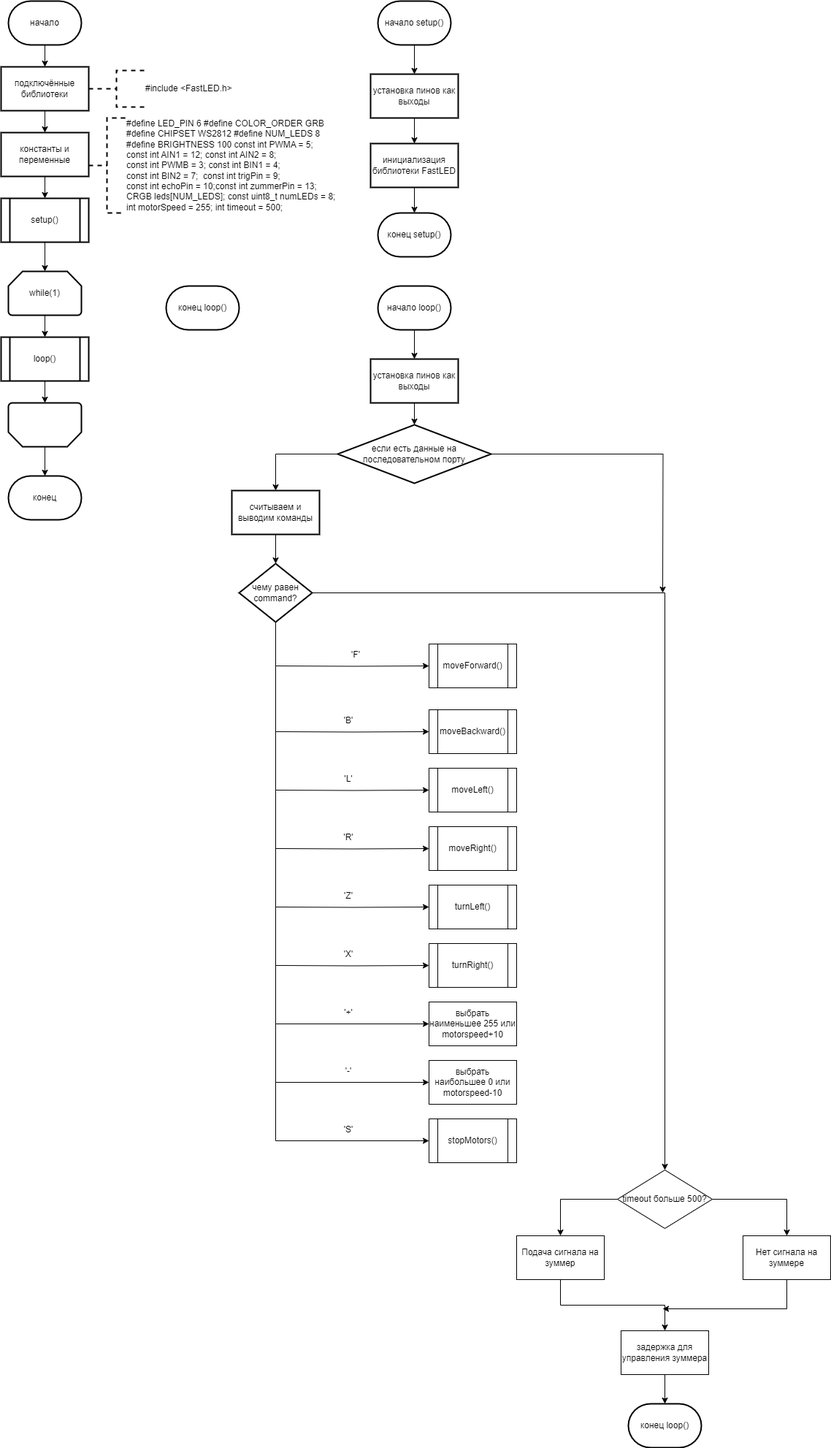
Before: Sem_2/shemaprogram.drawio.png, a diagram exported from draw.io (ksinph/PSTU_LABS_2023). Source tidied: cells renumbered, new cells last; positions are measured from the earlier drawing's top-left corner, leaving out a move shared by most shapes.
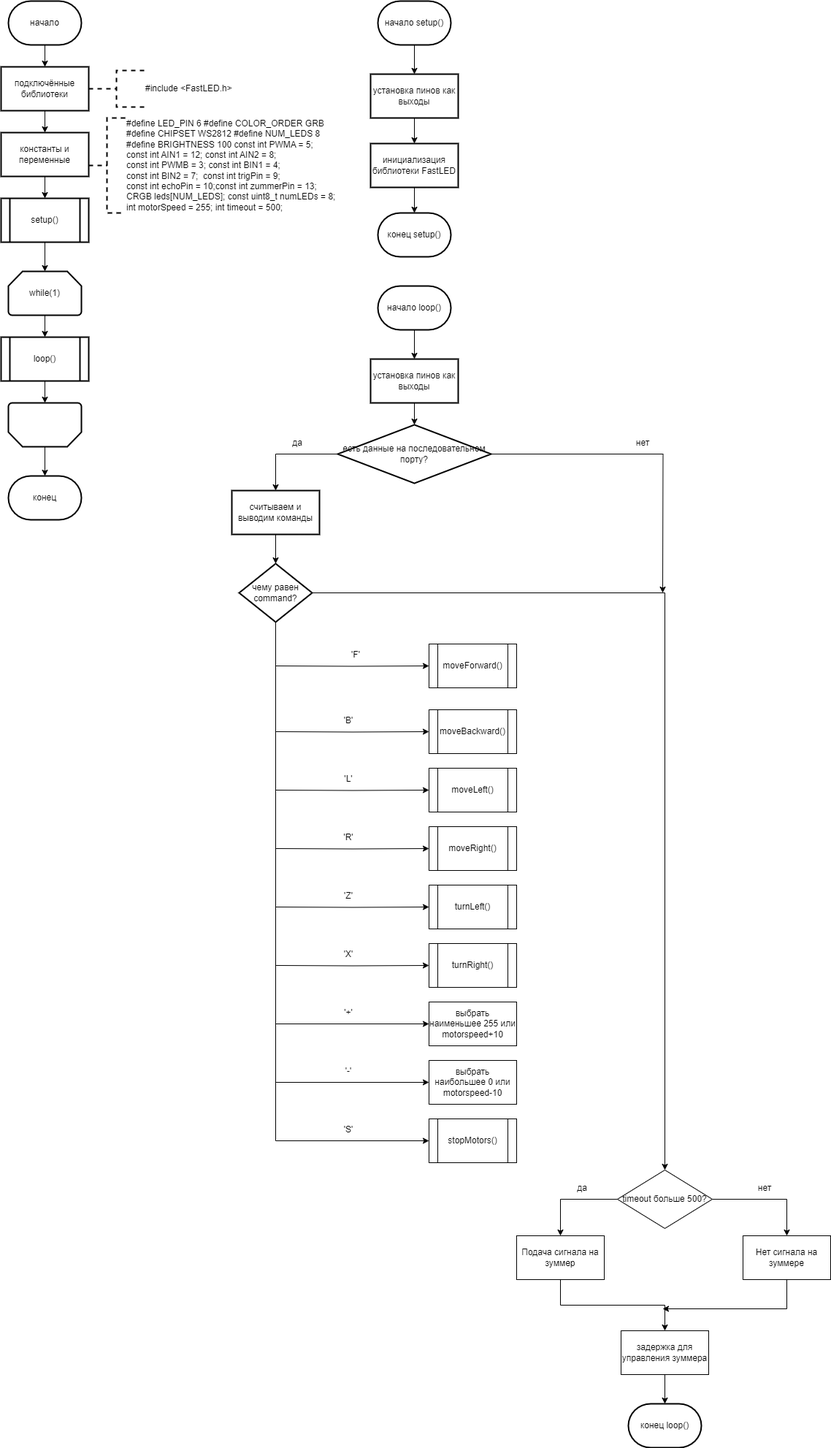
The same file after the commit.

The edit, as a diff of the source:
```diff
@@ -80,9 +80,6 @@
     <mxCell id="27" value="начало loop()" style="strokeWidth=2;html=1;shape=mxgraph.flowchart.terminator;whiteSpace=wrap;" parent="1" vertex="1">
       <mxGeometry x="516" y="390" width="100" height="60" as="geometry" />
     </mxCell>
-    <mxCell id="28" value="конец loop()" style="strokeWidth=2;html=1;shape=mxgraph.flowchart.terminator;whiteSpace=wrap;" parent="1" vertex="1">
-      <mxGeometry x="226" y="390" width="100" height="60" as="geometry" />
-    </mxCell>
     <mxCell id="29" style="edgeStyle=orthogonalEdgeStyle;rounded=0;jettySize=auto;html=1;" parent="1" edge="1" source="30" target="33">
       <mxGeometry relative="1" as="geometry" />
     </mxCell>
@@ -97,7 +94,7 @@
         <mxPoint x="906" y="810" as="targetPoint" />
       </mxGeometry>
     </mxCell>
-    <mxCell id="33" value="если есть данные на последовательном порту" style="rhombus;whiteSpace=wrap;html=1;strokeWidth=2;" parent="1" vertex="1">
+    <mxCell id="33" value="есть данные на последовательном порту?" style="rhombus;whiteSpace=wrap;html=1;strokeWidth=2;" parent="1" vertex="1">
       <mxGeometry x="461" y="580" width="210" height="80" as="geometry" />
     </mxCell>
     <mxCell id="34" style="edgeStyle=orthogonalEdgeStyle;rounded=0;jettySize=auto;html=1;" parent="1" edge="1" source="35" target="38">
@@ -246,5 +243,17 @@
     <mxCell id="74" style="edgeStyle=orthogonalEdgeStyle;rounded=0;jettySize=auto;html=1;exitX=0.5;exitY=1;exitDx=0;exitDy=0;entryX=0.5;entryY=0;entryDx=0;entryDy=0;entryPerimeter=0;" parent="1" edge="1" source="72" target="73">
       <mxGeometry relative="1" as="geometry" />
     </mxCell>
+    <mxCell id="75" value="да" style="text;html=1;align=center;verticalAlign=middle;whiteSpace=wrap;rounded=0;" parent="1" vertex="1">
+      <mxGeometry x="376" y="590" width="60" height="30" as="geometry" />
+    </mxCell>
+    <mxCell id="76" value="нет" style="text;html=1;align=center;verticalAlign=middle;whiteSpace=wrap;rounded=0;" parent="1" vertex="1">
+      <mxGeometry x="849" y="590" width="60" height="30" as="geometry" />
+    </mxCell>
+    <mxCell id="77" value="да" style="text;html=1;align=center;verticalAlign=middle;whiteSpace=wrap;rounded=0;" parent="1" vertex="1">
+      <mxGeometry x="766" y="1610" width="60" height="30" as="geometry" />
+    </mxCell>
+    <mxCell id="78" value="нет" style="text;html=1;align=center;verticalAlign=middle;whiteSpace=wrap;rounded=0;" parent="1" vertex="1">
+      <mxGeometry x="1016" y="1610" width="60" height="30" as="geometry" />
+    </mxCell>
   </root>
 </mxGraphModel>
```
